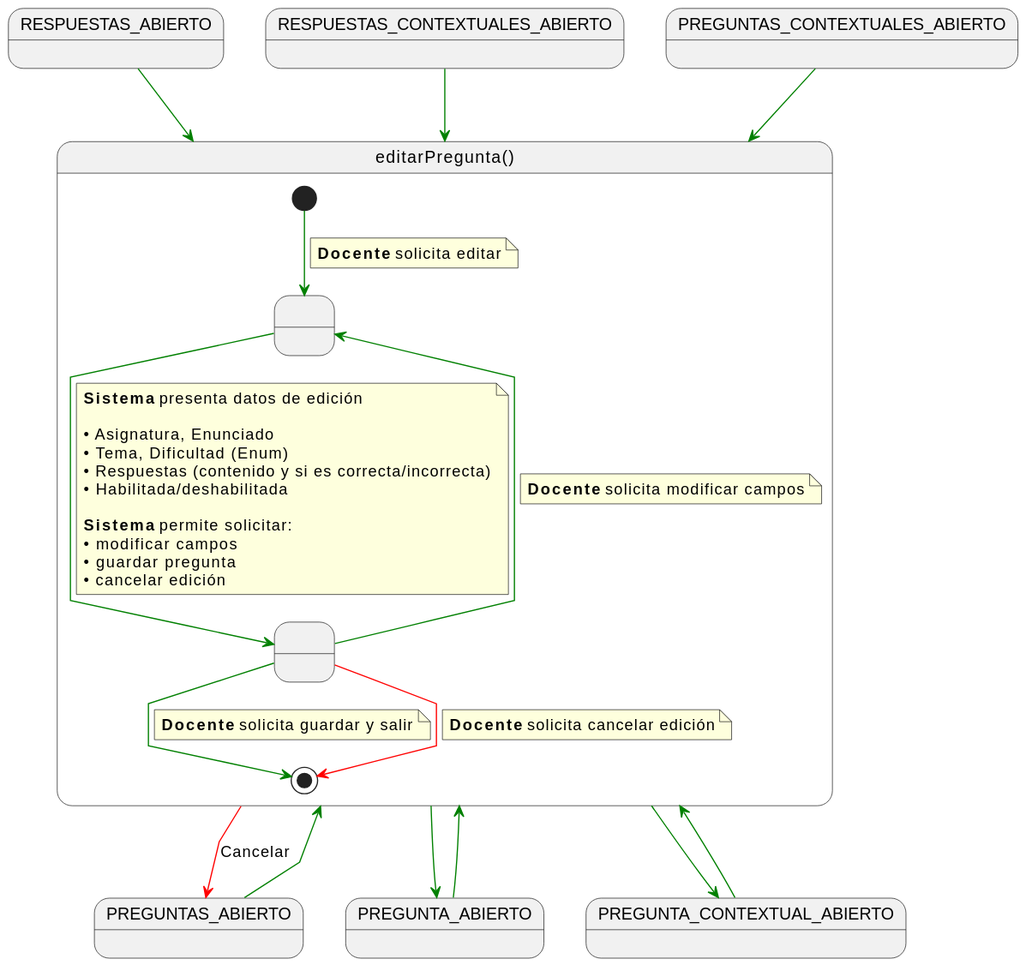
This is documents/casos-de-uso/detalladoCasosDeUso/editarPregunta/editarPregunta.svg from martinlopez7/25-26-IdSw1-SdR, a PlantUML export, as it was before one commit.
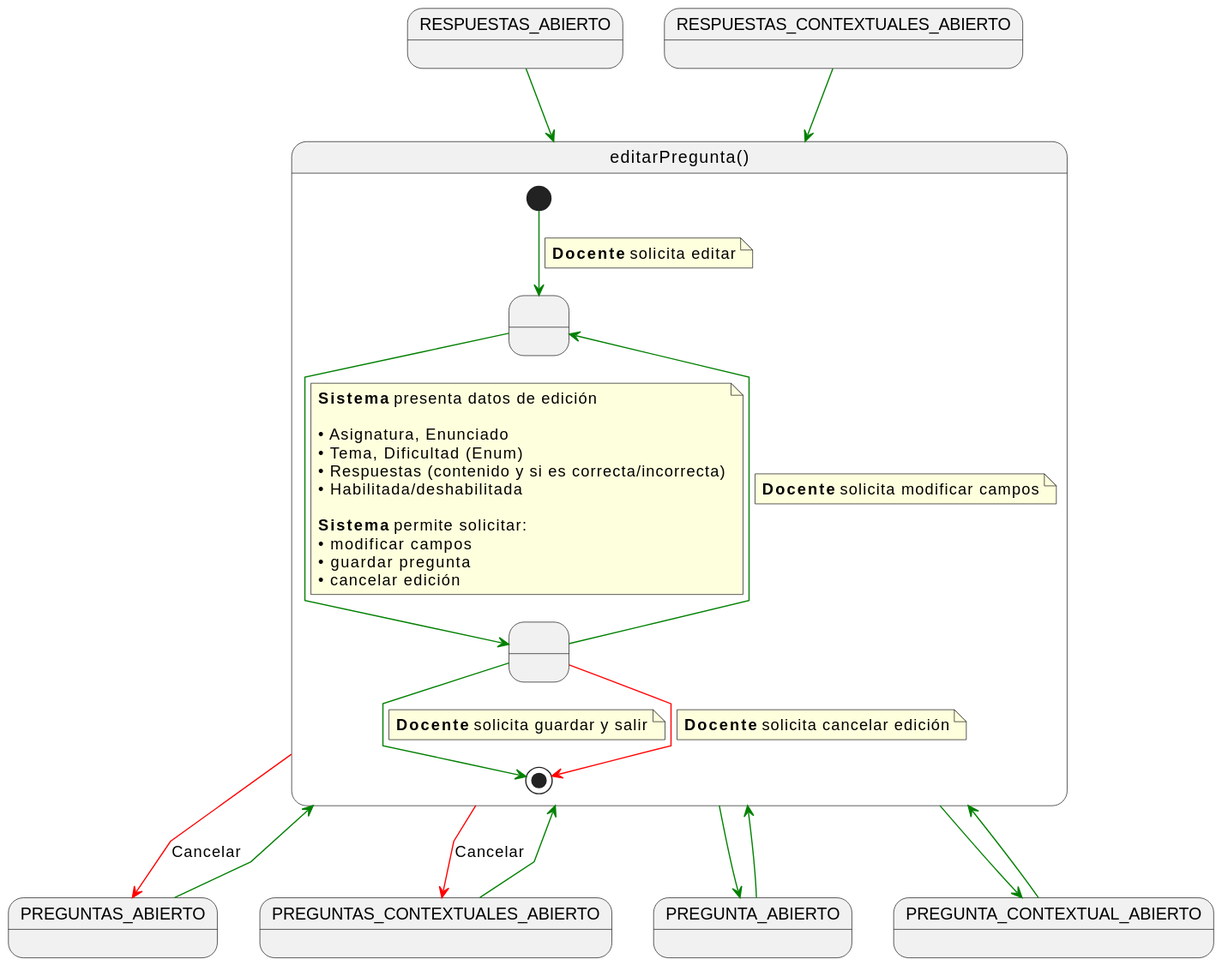
The same file after the commit.

Diff of the diagram source:
```diff
@@ -64,4 +64,6 @@
 
 
 editarPregunta -[#red]-> PREGUNTAS_ABIERTO : Cancelar
+
+editarPregunta -[#red]-> PREGUNTAS_CONTEXTUALES_ABIERTO : Cancelar
 @enduml
```
